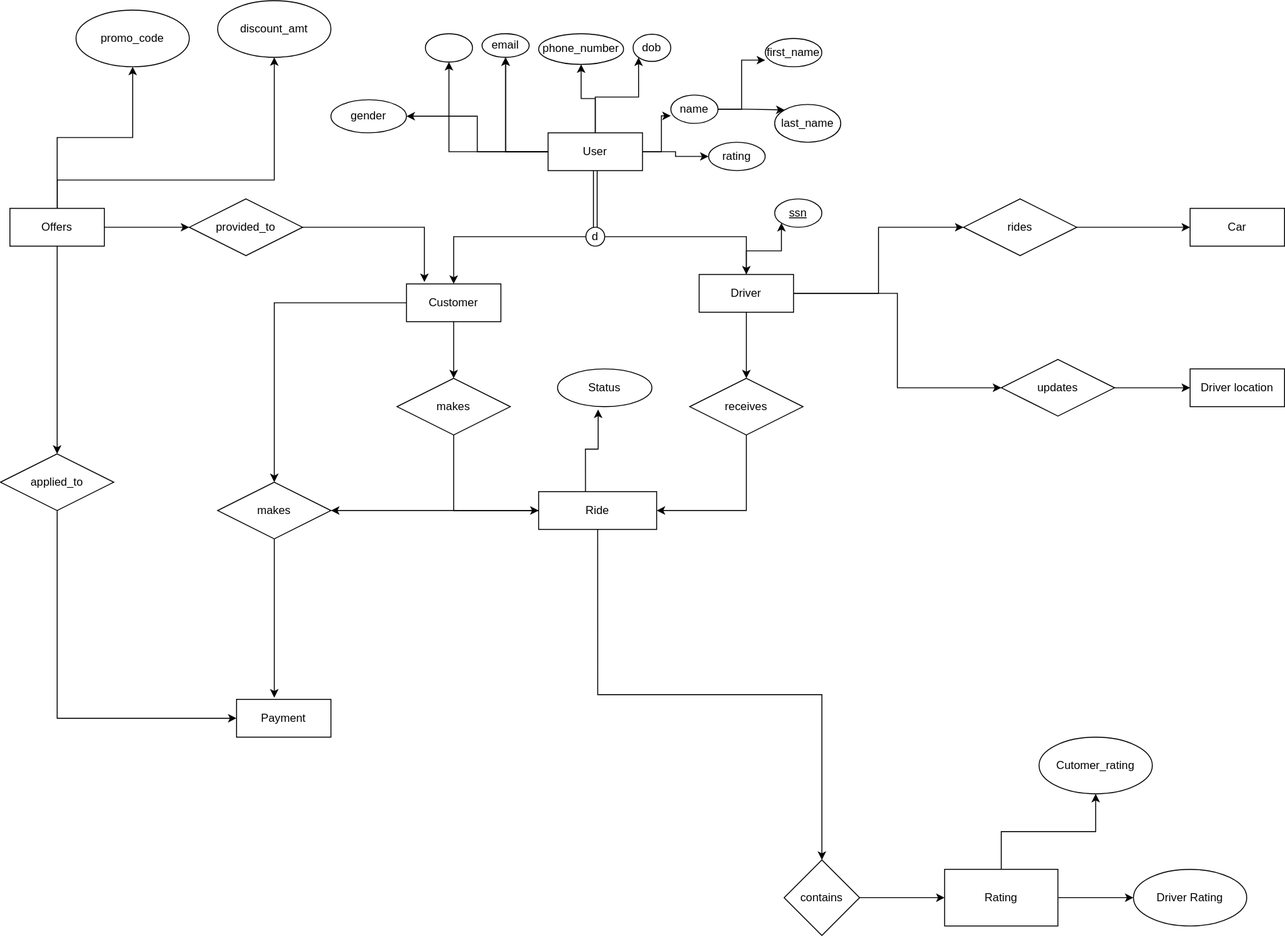
Earlier version of the draw.io export Uber backend.svg (NandhiniPeriyasamy13/Uber-backend-database-design). Source tidied: cells renumbered, new cells last; positions are measured from the earlier drawing's top-left corner, leaving out a move shared by most shapes.
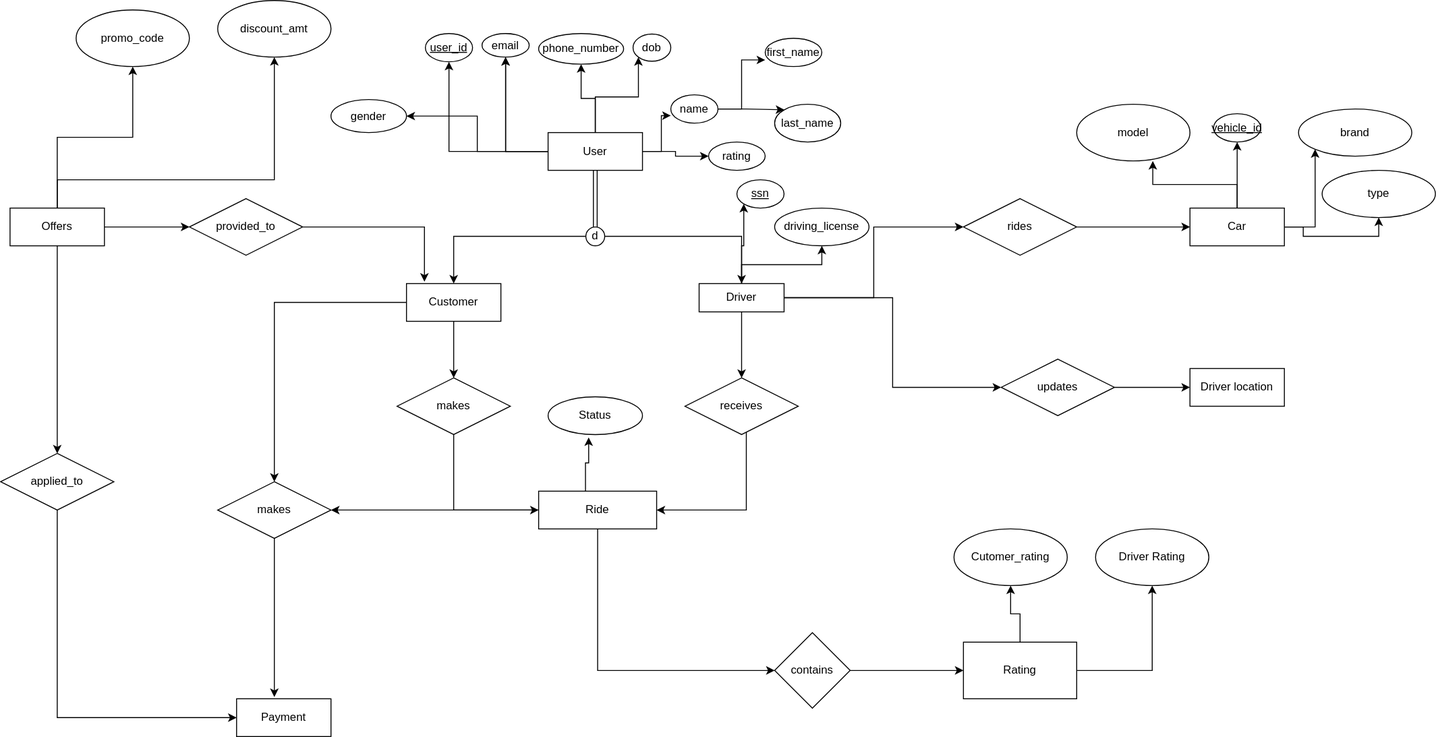
Later version of the same file.

The edit, as a diff of the source:
```diff
@@ -50,8 +50,11 @@
     <mxCell id="17" style="edgeStyle=orthogonalEdgeStyle;rounded=0;jettySize=auto;html=1;entryX=0;entryY=1;entryDx=0;entryDy=0;" parent="1" edge="1" source="18" target="55">
       <mxGeometry relative="1" as="geometry" />
     </mxCell>
+    <mxCell id="71" style="edgeStyle=orthogonalEdgeStyle;rounded=0;jettySize=auto;html=1;" parent="1" edge="1" source="18" target="76">
+      <mxGeometry relative="1" as="geometry" />
+    </mxCell>
     <mxCell id="18" value="Driver" style="whiteSpace=wrap;html=1;align=center;" parent="1" vertex="1">
-      <mxGeometry x="740" y="290" width="100" height="40" as="geometry" />
+      <mxGeometry x="740" y="300" width="90" height="30" as="geometry" />
     </mxCell>
     <mxCell id="19" style="shape=link;html=1;entryX=0.5;entryY=1;entryDx=0;entryDy=0;" parent="1" edge="1" target="10">
       <mxGeometry relative="1" as="geometry">
@@ -68,7 +71,7 @@
     <mxCell id="21" value="Ride" style="whiteSpace=wrap;html=1;align=center;" parent="1" vertex="1">
       <mxGeometry x="570" y="520" width="125" height="40" as="geometry" />
     </mxCell>
-    <mxCell id="22" style="ellipse;whiteSpace=wrap;html=1;align=center;fontStyle=4;" parent="1" vertex="1">
+    <mxCell id="22" value="user_id" style="ellipse;whiteSpace=wrap;html=1;align=center;fontStyle=4;" parent="1" vertex="1">
       <mxGeometry x="450" y="35" width="50" height="30" as="geometry" />
     </mxCell>
     <mxCell id="23" value="email" style="ellipse;whiteSpace=wrap;html=1;align=center;" parent="1" vertex="1">
@@ -131,10 +134,14 @@
       <mxGeometry relative="1" as="geometry" />
     </mxCell>
     <mxCell id="40" value="receives" style="shape=rhombus;perimeter=rhombusPerimeter;whiteSpace=wrap;html=1;align=center;" parent="1" vertex="1">
-      <mxGeometry x="730" y="400" width="120" height="60" as="geometry" />
+      <mxGeometry x="725" y="400" width="120" height="60" as="geometry" />
     </mxCell>
     <mxCell id="41" style="edgeStyle=orthogonalEdgeStyle;rounded=0;jettySize=auto;html=1;exitX=0.5;exitY=1;exitDx=0;exitDy=0;" parent="1" edge="1" source="21" target="57">
-      <mxGeometry relative="1" as="geometry" />
+      <mxGeometry relative="1" as="geometry">
+        <Array as="points">
+          <mxPoint x="633" y="710" />
+        </Array>
+      </mxGeometry>
     </mxCell>
     <mxCell id="42" style="edgeStyle=orthogonalEdgeStyle;rounded=0;jettySize=auto;html=1;" parent="1" edge="1" source="43" target="44">
       <mxGeometry relative="1" as="geometry" />
@@ -142,6 +149,20 @@
     <mxCell id="43" value="rides" style="shape=rhombus;perimeter=rhombusPerimeter;whiteSpace=wrap;html=1;align=center;" parent="1" vertex="1">
       <mxGeometry x="1020" y="210" width="120" height="60" as="geometry" />
     </mxCell>
+    <mxCell id="72" style="edgeStyle=orthogonalEdgeStyle;rounded=0;jettySize=auto;html=1;" parent="1" edge="1" source="44">
+      <mxGeometry relative="1" as="geometry">
+        <mxPoint x="1310" y="150" as="targetPoint" />
+      </mxGeometry>
+    </mxCell>
+    <mxCell id="73" style="edgeStyle=orthogonalEdgeStyle;rounded=0;jettySize=auto;html=1;entryX=0.672;entryY=1.003;entryDx=0;entryDy=0;entryPerimeter=0;" parent="1" edge="1" source="44" target="77">
+      <mxGeometry relative="1" as="geometry" />
+    </mxCell>
+    <mxCell id="74" style="edgeStyle=orthogonalEdgeStyle;rounded=0;jettySize=auto;html=1;entryX=0;entryY=1;entryDx=0;entryDy=0;" parent="1" edge="1" source="44" target="78">
+      <mxGeometry relative="1" as="geometry" />
+    </mxCell>
+    <mxCell id="75" style="edgeStyle=orthogonalEdgeStyle;rounded=0;jettySize=auto;html=1;entryX=0.5;entryY=1;entryDx=0;entryDy=0;" parent="1" edge="1" source="44" target="79">
+      <mxGeometry relative="1" as="geometry" />
+    </mxCell>
     <mxCell id="44" value="Car" style="whiteSpace=wrap;html=1;align=center;" parent="1" vertex="1">
       <mxGeometry x="1260" y="220" width="100" height="40" as="geometry" />
     </mxCell>
@@ -181,13 +202,13 @@
       <mxGeometry x="200" y="210" width="120" height="60" as="geometry" />
     </mxCell>
     <mxCell id="55" value="ssn" style="ellipse;whiteSpace=wrap;html=1;align=center;fontStyle=4;" parent="1" vertex="1">
-      <mxGeometry x="820" y="210" width="50" height="30" as="geometry" />
+      <mxGeometry x="780" y="190" width="50" height="30" as="geometry" />
     </mxCell>
     <mxCell id="56" style="edgeStyle=orthogonalEdgeStyle;rounded=0;jettySize=auto;html=1;" parent="1" edge="1" source="57" target="60">
       <mxGeometry relative="1" as="geometry" />
     </mxCell>
     <mxCell id="57" value="contains" style="rhombus;whiteSpace=wrap;html=1;" parent="1" vertex="1">
-      <mxGeometry x="830" y="910" width="80" height="80" as="geometry" />
+      <mxGeometry x="820" y="670" width="80" height="80" as="geometry" />
     </mxCell>
     <mxCell id="58" style="edgeStyle=orthogonalEdgeStyle;rounded=0;jettySize=auto;html=1;" parent="1" edge="1" source="60" target="61">
       <mxGeometry relative="1" as="geometry" />
@@ -196,16 +217,16 @@
       <mxGeometry relative="1" as="geometry" />
     </mxCell>
     <mxCell id="60" value="Rating" style="whiteSpace=wrap;html=1;" parent="1" vertex="1">
-      <mxGeometry x="1000" y="920" width="120" height="60" as="geometry" />
+      <mxGeometry x="1020" y="680" width="120" height="60" as="geometry" />
     </mxCell>
     <mxCell id="61" value="Cutomer_rating" style="ellipse;whiteSpace=wrap;html=1;" parent="1" vertex="1">
-      <mxGeometry x="1100" y="780" width="120" height="60" as="geometry" />
+      <mxGeometry x="1010" y="560" width="120" height="60" as="geometry" />
     </mxCell>
     <mxCell id="62" value="Driver Rating" style="ellipse;whiteSpace=wrap;html=1;" parent="1" vertex="1">
-      <mxGeometry x="1200" y="920" width="120" height="60" as="geometry" />
+      <mxGeometry x="1160" y="560" width="120" height="60" as="geometry" />
     </mxCell>
     <mxCell id="63" value="Status" style="ellipse;whiteSpace=wrap;html=1;align=center;" parent="1" vertex="1">
-      <mxGeometry x="590" y="390" width="100" height="40" as="geometry" />
+      <mxGeometry x="580" y="420" width="100" height="40" as="geometry" />
     </mxCell>
     <mxCell id="64" style="edgeStyle=orthogonalEdgeStyle;rounded=0;jettySize=auto;html=1;entryX=0.4;entryY=-0.046;entryDx=0;entryDy=0;entryPerimeter=0;" parent="1" edge="1" source="65" target="66">
       <mxGeometry relative="1" as="geometry" />
@@ -232,5 +253,20 @@
     <mxCell id="70" value="applied_to" style="shape=rhombus;perimeter=rhombusPerimeter;whiteSpace=wrap;html=1;align=center;" parent="1" vertex="1">
       <mxGeometry y="480" width="120" height="60" as="geometry" />
     </mxCell>
+    <mxCell id="76" value="driving_license" style="ellipse;whiteSpace=wrap;html=1;align=center;" parent="1" vertex="1">
+      <mxGeometry x="820" y="220" width="100" height="40" as="geometry" />
+    </mxCell>
+    <mxCell id="77" value="model" style="ellipse;whiteSpace=wrap;html=1;" parent="1" vertex="1">
+      <mxGeometry x="1140" y="110" width="120" height="60" as="geometry" />
+    </mxCell>
+    <mxCell id="78" value="brand" style="ellipse;whiteSpace=wrap;html=1;" parent="1" vertex="1">
+      <mxGeometry x="1375" y="115" width="120" height="50" as="geometry" />
+    </mxCell>
+    <mxCell id="79" value="type" style="ellipse;whiteSpace=wrap;html=1;" parent="1" vertex="1">
+      <mxGeometry x="1400" y="180" width="120" height="50" as="geometry" />
+    </mxCell>
+    <mxCell id="80" value="vehicle_id" style="ellipse;whiteSpace=wrap;html=1;align=center;fontStyle=4;" parent="1" vertex="1">
+      <mxGeometry x="1285" y="120" width="50" height="30" as="geometry" />
+    </mxCell>
   </root>
 </mxGraphModel>
```
